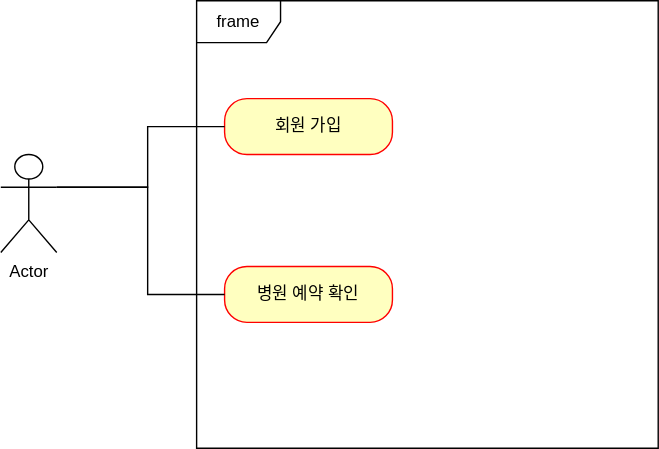
ongguri/Reservation_ToyProject keeps this draw.io diagram as document/유저 예약 서비스 유즈케이스 그림.svg. Above is the earlier version. Source tidied: cells renumbered, new cells last; positions are measured from the earlier drawing's top-left corner, leaving out a move shared by most shapes.
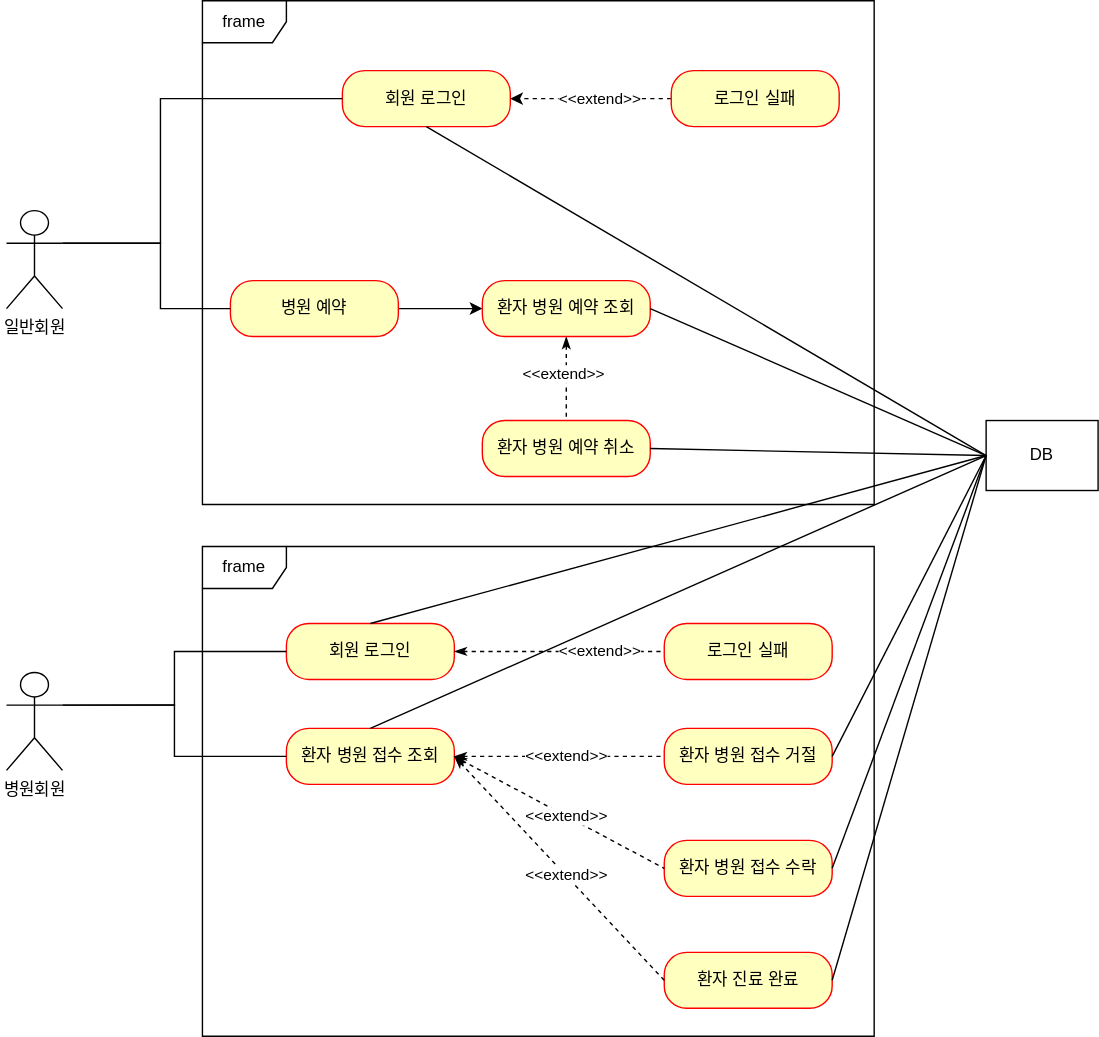
After the change.

Commit message:
유저 예약 서비스 유스케이스 그림 - v1

What changed in the source:
```diff
@@ -2,33 +2,129 @@
   <root>
     <mxCell id="0" />
     <mxCell id="1" parent="0" />
-    <mxCell id="2" value="Actor" style="shape=umlActor;verticalLabelPosition=bottom;verticalAlign=top;html=1;outlineConnect=0;" parent="1" vertex="1">
-      <mxGeometry y="110" width="40" height="70" as="geometry" />
+    <mxCell id="2" value="일반회원" style="shape=umlActor;verticalLabelPosition=bottom;verticalAlign=top;html=1;outlineConnect=0;" parent="1" vertex="1">
+      <mxGeometry y="140" width="40" height="70" as="geometry" />
     </mxCell>
     <mxCell id="3" value="frame" style="shape=umlFrame;whiteSpace=wrap;html=1;" parent="1" vertex="1">
-      <mxGeometry x="140" width="330" height="320" as="geometry" />
+      <mxGeometry x="140" y="-10" width="480" height="360" as="geometry" />
     </mxCell>
-    <mxCell id="4" value="회원 가입" style="rounded=1;whiteSpace=wrap;html=1;arcSize=40;fontColor=#000000;fillColor=#ffffc0;strokeColor=#ff0000;" parent="1" vertex="1">
-      <mxGeometry x="160" y="70" width="120" height="40" as="geometry" />
+    <mxCell id="4" value="회원 로그인" style="rounded=1;whiteSpace=wrap;html=1;arcSize=40;fontColor=#000000;fillColor=#ffffc0;strokeColor=#ff0000;" parent="1" vertex="1">
+      <mxGeometry x="240" y="40" width="120" height="40" as="geometry" />
     </mxCell>
+    <mxCell id="8" style="edgeStyle=orthogonalEdgeStyle;rounded=0;jettySize=auto;html=1;entryX=0;entryY=0.5;entryDx=0;entryDy=0;" parent="1" edge="1" source="5" target="10">
+      <mxGeometry relative="1" as="geometry">
+        <Array as="points">
+          <mxPoint x="220" y="210" />
+        </Array>
+      </mxGeometry>
+    </mxCell>
-    <mxCell id="5" value="병원 예약 확인" style="rounded=1;whiteSpace=wrap;html=1;arcSize=40;fontColor=#000000;fillColor=#ffffc0;strokeColor=#ff0000;" parent="1" vertex="1">
+    <mxCell id="5" value="병원 예약" style="rounded=1;whiteSpace=wrap;html=1;arcSize=40;fontColor=#000000;fillColor=#ffffc0;strokeColor=#ff0000;" parent="1" vertex="1">
       <mxGeometry x="160" y="190" width="120" height="40" as="geometry" />
     </mxCell>
     <mxCell id="6" style="endArrow=none;startArrow=none;endFill=0;startFill=0;html=1;rounded=0;exitX=1;exitY=0.3333333333333333;exitDx=0;exitDy=0;exitPerimeter=0;entryX=0;entryY=0.5;entryDx=0;entryDy=0;edgeStyle=orthogonalEdgeStyle;" parent="1" edge="1" source="2" target="4">
       <mxGeometry relative="1" as="geometry">
         <Array as="points">
-          <mxPoint x="105" y="133" />
-          <mxPoint x="105" y="90" />
+          <mxPoint x="110" y="163" />
+          <mxPoint x="110" y="60" />
         </Array>
       </mxGeometry>
     </mxCell>
     <mxCell id="7" style="endArrow=none;startArrow=none;endFill=0;startFill=0;html=1;rounded=0;entryX=0;entryY=0.5;entryDx=0;entryDy=0;edgeStyle=orthogonalEdgeStyle;exitX=1;exitY=0.3333333333333333;exitDx=0;exitDy=0;exitPerimeter=0;" parent="1" edge="1" source="2" target="5">
       <mxGeometry relative="1" as="geometry">
         <Array as="points">
-          <mxPoint x="105" y="133" />
-          <mxPoint x="105" y="210" />
+          <mxPoint x="110" y="163" />
+          <mxPoint x="110" y="210" />
         </Array>
       </mxGeometry>
     </mxCell>
+    <mxCell id="9" value="&amp;lt;&amp;lt;extend&amp;gt;&amp;gt;" style="rounded=0;jettySize=auto;html=1;startArrow=classicThin;startFill=1;endArrow=none;endFill=0;dashed=1;exitX=0.5;exitY=1;exitDx=0;exitDy=0;" parent="1" edge="1" source="10" target="11">
+      <mxGeometry x="-0.1" y="-2" relative="1" as="geometry" />
+    </mxCell>
+    <mxCell id="10" value="환자 병원 예약 조회" style="rounded=1;whiteSpace=wrap;html=1;arcSize=40;fontColor=#000000;fillColor=#ffffc0;strokeColor=#ff0000;" parent="1" vertex="1">
+      <mxGeometry x="340" y="190" width="120" height="40" as="geometry" />
+    </mxCell>
+    <mxCell id="11" value="환자 병원 예약 취소" style="rounded=1;whiteSpace=wrap;html=1;arcSize=40;fontColor=#000000;fillColor=#ffffc0;strokeColor=#ff0000;" parent="1" vertex="1">
+      <mxGeometry x="340" y="290" width="120" height="40" as="geometry" />
+    </mxCell>
+    <mxCell id="12" value="&amp;lt;&amp;lt;extend&amp;gt;&amp;gt;" style="rounded=0;jettySize=auto;html=1;exitX=0;exitY=0.5;exitDx=0;exitDy=0;entryX=1;entryY=0.5;entryDx=0;entryDy=0;dashed=1;edgeStyle=orthogonalEdgeStyle;" parent="1" edge="1" source="13" target="4">
+      <mxGeometry x="-0.11" relative="1" as="geometry">
+        <Array as="points">
+          <mxPoint x="440" y="60" />
+          <mxPoint x="440" y="60" />
+        </Array>
+      </mxGeometry>
+    </mxCell>
+    <mxCell id="13" value="로그인 실패" style="rounded=1;whiteSpace=wrap;html=1;arcSize=40;fontColor=#000000;fillColor=#ffffc0;strokeColor=#ff0000;" parent="1" vertex="1">
+      <mxGeometry x="475" y="40" width="120" height="40" as="geometry" />
+    </mxCell>
+    <mxCell id="14" value="DB" style="rounded=0;whiteSpace=wrap;html=1;" parent="1" vertex="1">
+      <mxGeometry x="700" y="290" width="80" height="50" as="geometry" />
+    </mxCell>
+    <mxCell id="15" style="rounded=0;jettySize=auto;html=1;exitX=0.5;exitY=1;exitDx=0;exitDy=0;entryX=0;entryY=0.5;entryDx=0;entryDy=0;endArrow=none;endFill=0;" parent="1" edge="1" source="4" target="14">
+      <mxGeometry relative="1" as="geometry" />
+    </mxCell>
+    <mxCell id="16" value="병원회원" style="shape=umlActor;verticalLabelPosition=bottom;verticalAlign=top;html=1;outlineConnect=0;" parent="1" vertex="1">
+      <mxGeometry y="470" width="40" height="70" as="geometry" />
+    </mxCell>
+    <mxCell id="17" value="frame" style="shape=umlFrame;whiteSpace=wrap;html=1;" parent="1" vertex="1">
+      <mxGeometry x="140" y="380" width="480" height="350" as="geometry" />
+    </mxCell>
+    <mxCell id="18" value="회원 로그인" style="rounded=1;whiteSpace=wrap;html=1;arcSize=40;fontColor=#000000;fillColor=#ffffc0;strokeColor=#ff0000;" parent="1" vertex="1">
+      <mxGeometry x="200" y="435" width="120" height="40" as="geometry" />
+    </mxCell>
+    <mxCell id="19" value="로그인 실패" style="rounded=1;whiteSpace=wrap;html=1;arcSize=40;fontColor=#000000;fillColor=#ffffc0;strokeColor=#ff0000;" parent="1" vertex="1">
+      <mxGeometry x="470" y="435" width="120" height="40" as="geometry" />
+    </mxCell>
+    <mxCell id="20" value="환자 병원 접수 조회" style="rounded=1;whiteSpace=wrap;html=1;arcSize=40;fontColor=#000000;fillColor=#ffffc0;strokeColor=#ff0000;" parent="1" vertex="1">
+      <mxGeometry x="200" y="510" width="120" height="40" as="geometry" />
+    </mxCell>
+    <mxCell id="21" value="환자 병원 접수 거절" style="rounded=1;whiteSpace=wrap;html=1;arcSize=40;fontColor=#000000;fillColor=#ffffc0;strokeColor=#ff0000;" parent="1" vertex="1">
+      <mxGeometry x="470" y="510" width="120" height="40" as="geometry" />
+    </mxCell>
+    <mxCell id="22" value="&amp;lt;&amp;lt;extend&amp;gt;&amp;gt;" style="rounded=0;jettySize=auto;html=1;startArrow=classicThin;startFill=1;endArrow=none;endFill=0;dashed=1;exitX=1;exitY=0.5;exitDx=0;exitDy=0;entryX=0;entryY=0.5;entryDx=0;entryDy=0;" parent="1" edge="1" source="20" target="21">
+      <mxGeometry x="0.07" relative="1" as="geometry" />
+    </mxCell>
+    <mxCell id="23" style="endArrow=none;html=1;rounded=0;entryX=0;entryY=0.5;entryDx=0;entryDy=0;exitX=1;exitY=0.3333333333333333;exitDx=0;exitDy=0;exitPerimeter=0;endFill=0;edgeStyle=orthogonalEdgeStyle;" parent="1" edge="1" source="16" target="20">
+      <mxGeometry relative="1" as="geometry" />
+    </mxCell>
+    <mxCell id="24" style="endArrow=none;html=1;rounded=0;exitX=1;exitY=0.3333333333333333;exitDx=0;exitDy=0;exitPerimeter=0;entryX=0;entryY=0.5;entryDx=0;entryDy=0;endFill=0;edgeStyle=orthogonalEdgeStyle;" parent="1" edge="1" source="16" target="18">
+      <mxGeometry relative="1" as="geometry" />
+    </mxCell>
+    <mxCell id="25" value="&amp;lt;&amp;lt;extend&amp;gt;&amp;gt;" style="rounded=0;jettySize=auto;html=1;startArrow=classicThin;startFill=1;endArrow=none;endFill=0;dashed=1;exitX=1;exitY=0.5;exitDx=0;exitDy=0;entryX=0;entryY=0.5;entryDx=0;entryDy=0;" parent="1" edge="1" source="18" target="19">
+      <mxGeometry x="0.38" relative="1" as="geometry" />
+    </mxCell>
+    <mxCell id="26" style="rounded=0;jettySize=auto;html=1;exitX=0.5;exitY=0;exitDx=0;exitDy=0;entryX=0;entryY=0.5;entryDx=0;entryDy=0;endArrow=none;endFill=0;" parent="1" edge="1" source="18" target="14">
+      <mxGeometry relative="1" as="geometry" />
+    </mxCell>
+    <mxCell id="27" style="rounded=0;jettySize=auto;html=1;exitX=0.5;exitY=0;exitDx=0;exitDy=0;entryX=0;entryY=0.5;entryDx=0;entryDy=0;endArrow=none;endFill=0;" parent="1" edge="1" source="20" target="14">
+      <mxGeometry relative="1" as="geometry" />
+    </mxCell>
+    <mxCell id="28" style="rounded=0;jettySize=auto;html=1;entryX=0;entryY=0.5;entryDx=0;entryDy=0;endArrow=none;endFill=0;exitX=1;exitY=0.5;exitDx=0;exitDy=0;" parent="1" edge="1" source="10" target="14">
+      <mxGeometry relative="1" as="geometry" />
+    </mxCell>
+    <mxCell id="29" value="환자 병원 접수 수락" style="rounded=1;whiteSpace=wrap;html=1;arcSize=40;fontColor=#000000;fillColor=#ffffc0;strokeColor=#ff0000;" parent="1" vertex="1">
+      <mxGeometry x="470" y="590" width="120" height="40" as="geometry" />
+    </mxCell>
+    <mxCell id="30" value="&amp;lt;&amp;lt;extend&amp;gt;&amp;gt;" style="rounded=0;jettySize=auto;html=1;startArrow=classicThin;startFill=1;endArrow=none;endFill=0;dashed=1;exitX=1;exitY=0.5;exitDx=0;exitDy=0;entryX=0;entryY=0.5;entryDx=0;entryDy=0;" parent="1" edge="1" source="20" target="29">
+      <mxGeometry x="0.07" relative="1" as="geometry" />
+    </mxCell>
+    <mxCell id="31" value="환자 진료 완료" style="rounded=1;whiteSpace=wrap;html=1;arcSize=40;fontColor=#000000;fillColor=#ffffc0;strokeColor=#ff0000;" parent="1" vertex="1">
+      <mxGeometry x="470" y="670" width="120" height="40" as="geometry" />
+    </mxCell>
+    <mxCell id="32" value="&amp;lt;&amp;lt;extend&amp;gt;&amp;gt;" style="rounded=0;jettySize=auto;html=1;startArrow=classicThin;startFill=1;endArrow=none;endFill=0;dashed=1;exitX=1;exitY=0.5;exitDx=0;exitDy=0;entryX=0;entryY=0.5;entryDx=0;entryDy=0;" parent="1" edge="1" source="20" target="31">
+      <mxGeometry x="0.07" relative="1" as="geometry" />
+    </mxCell>
+    <mxCell id="33" style="rounded=0;jettySize=auto;html=1;exitX=1;exitY=0.5;exitDx=0;exitDy=0;entryX=0;entryY=0.5;entryDx=0;entryDy=0;endArrow=none;endFill=0;" parent="1" edge="1" source="21" target="14">
+      <mxGeometry relative="1" as="geometry" />
+    </mxCell>
+    <mxCell id="34" style="rounded=0;jettySize=auto;html=1;exitX=1;exitY=0.5;exitDx=0;exitDy=0;entryX=0;entryY=0.5;entryDx=0;entryDy=0;endArrow=none;endFill=0;" parent="1" edge="1" source="29" target="14">
+      <mxGeometry relative="1" as="geometry" />
+    </mxCell>
+    <mxCell id="35" style="rounded=0;jettySize=auto;html=1;exitX=1;exitY=0.5;exitDx=0;exitDy=0;entryX=0;entryY=0.5;entryDx=0;entryDy=0;endArrow=none;endFill=0;" parent="1" edge="1" source="31" target="14">
+      <mxGeometry relative="1" as="geometry" />
+    </mxCell>
+    <mxCell id="36" style="rounded=0;jettySize=auto;html=1;exitX=1;exitY=0.5;exitDx=0;exitDy=0;entryX=0;entryY=0.5;entryDx=0;entryDy=0;endArrow=none;endFill=0;" parent="1" edge="1" source="11" target="14">
+      <mxGeometry relative="1" as="geometry" />
+    </mxCell>
   </root>
 </mxGraphModel>
```
